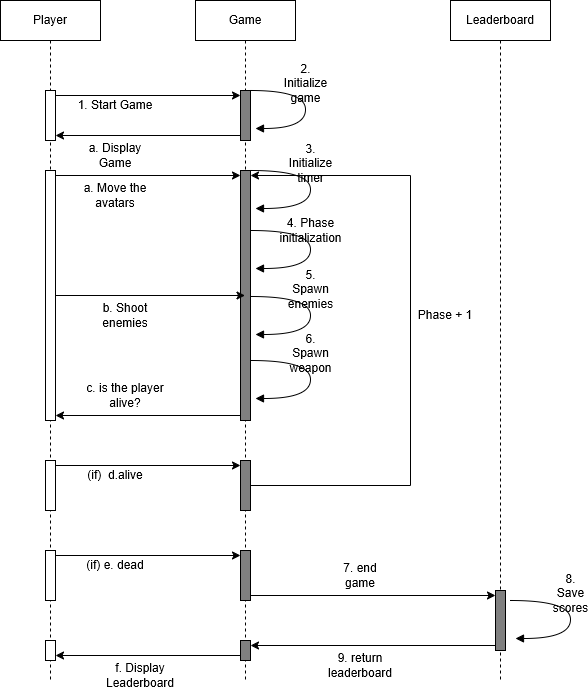
Earlier version of the draw.io export src/welcomePage/ressources/images/SequenceDiag.drawio.png (FlorentEpiney/SunCity). Source tidied: cells renumbered, new cells last; positions are measured from the earlier drawing's top-left corner, leaving out a move shared by most shapes. The source it was exported from:
```xml
<mxGraphModel>
  <root>
    <mxCell id="0" />
    <mxCell id="1" parent="0" />
    <mxCell id="2" value="Game" style="shape=umlLifeline;perimeter=lifelinePerimeter;whiteSpace=wrap;html=1;outlineConnect=0;portConstraint=eastwest;newEdgeStyle={&quot;edgeStyle&quot;:&quot;elbowEdgeStyle&quot;,&quot;elbow&quot;:&quot;vertical&quot;,&quot;curved&quot;:0,&quot;rounded&quot;:0};" parent="1" vertex="1">
      <mxGeometry x="195" width="100" height="680" as="geometry" />
    </mxCell>
    <mxCell id="3" style="html=1;points=[[0,0,0,0,5],[0,1,0,0,-5],[1,0,0,0,5],[1,1,0,0,-5]];perimeter=orthogonalPerimeter;outlineConnect=0;targetShapes=umlLifeline;portConstraint=eastwest;newEdgeStyle={&quot;curved&quot;:0,&quot;rounded&quot;:0};fillColor=#808080;" parent="2" vertex="1">
      <mxGeometry x="45" y="90" width="10" height="50" as="geometry" />
    </mxCell>
    <mxCell id="4" style="html=1;points=[[0,0,0,0,5],[0,1,0,0,-5],[1,0,0,0,5],[1,1,0,0,-5]];perimeter=orthogonalPerimeter;outlineConnect=0;targetShapes=umlLifeline;portConstraint=eastwest;newEdgeStyle={&quot;curved&quot;:0,&quot;rounded&quot;:0};fillColor=#808080;" parent="2" vertex="1">
      <mxGeometry x="45" y="170" width="10" height="250" as="geometry" />
    </mxCell>
    <mxCell id="5" style="html=1;points=[[0,0,0,0,5],[0,1,0,0,-5],[1,0,0,0,5],[1,1,0,0,-5]];perimeter=orthogonalPerimeter;outlineConnect=0;targetShapes=umlLifeline;portConstraint=eastwest;newEdgeStyle={&quot;curved&quot;:0,&quot;rounded&quot;:0};fillColor=#808080;" parent="2" vertex="1">
      <mxGeometry x="45" y="460" width="10" height="50" as="geometry" />
    </mxCell>
    <mxCell id="6" style="edgeStyle=orthogonalEdgeStyle;rounded=0;jettySize=auto;html=1;curved=0;entryX=1;entryY=0;entryDx=0;entryDy=5;entryPerimeter=0;" parent="2" edge="1" source="5" target="4">
      <mxGeometry relative="1" as="geometry">
        <Array as="points">
          <mxPoint x="215" y="485" />
          <mxPoint x="215" y="175" />
        </Array>
      </mxGeometry>
    </mxCell>
    <mxCell id="7" style="html=1;points=[[0,0,0,0,5],[0,1,0,0,-5],[1,0,0,0,5],[1,1,0,0,-5]];perimeter=orthogonalPerimeter;outlineConnect=0;targetShapes=umlLifeline;portConstraint=eastwest;newEdgeStyle={&quot;curved&quot;:0,&quot;rounded&quot;:0};fillColor=#808080;" parent="2" vertex="1">
      <mxGeometry x="45" y="550" width="10" height="50" as="geometry" />
    </mxCell>
    <mxCell id="8" style="html=1;points=[[0,0,0,0,5],[0,1,0,0,-5],[1,0,0,0,5],[1,1,0,0,-5]];perimeter=orthogonalPerimeter;outlineConnect=0;targetShapes=umlLifeline;portConstraint=eastwest;newEdgeStyle={&quot;curved&quot;:0,&quot;rounded&quot;:0};fillColor=#808080;" parent="2" vertex="1">
      <mxGeometry x="45" y="640" width="10" height="20" as="geometry" />
    </mxCell>
    <mxCell id="9" value="Player" style="shape=umlLifeline;perimeter=lifelinePerimeter;whiteSpace=wrap;html=1;newEdgeStyle={&quot;edgeStyle&quot;:&quot;elbowEdgeStyle&quot;,&quot;elbow&quot;:&quot;vertical&quot;,&quot;curved&quot;:0,&quot;rounded&quot;:0};" parent="1" vertex="1">
      <mxGeometry width="100" height="680" as="geometry" />
    </mxCell>
    <mxCell id="10" style="html=1;points=[[0,0,0,0,5],[0,1,0,0,-5],[1,0,0,0,5],[1,1,0,0,-5]];perimeter=orthogonalPerimeter;outlineConnect=0;targetShapes=umlLifeline;portConstraint=eastwest;newEdgeStyle={&quot;curved&quot;:0,&quot;rounded&quot;:0};" parent="9" vertex="1">
      <mxGeometry x="45" y="90" width="10" height="50" as="geometry" />
    </mxCell>
    <mxCell id="11" style="html=1;points=[[0,0,0,0,5],[0,1,0,0,-5],[1,0,0,0,5],[1,1,0,0,-5]];perimeter=orthogonalPerimeter;outlineConnect=0;targetShapes=umlLifeline;portConstraint=eastwest;newEdgeStyle={&quot;curved&quot;:0,&quot;rounded&quot;:0};" parent="9" vertex="1">
      <mxGeometry x="45" y="170" width="10" height="250" as="geometry" />
    </mxCell>
    <mxCell id="12" style="html=1;points=[[0,0,0,0,5],[0,1,0,0,-5],[1,0,0,0,5],[1,1,0,0,-5]];perimeter=orthogonalPerimeter;outlineConnect=0;targetShapes=umlLifeline;portConstraint=eastwest;newEdgeStyle={&quot;curved&quot;:0,&quot;rounded&quot;:0};" parent="9" vertex="1">
      <mxGeometry x="45" y="460" width="10" height="50" as="geometry" />
    </mxCell>
    <mxCell id="13" style="html=1;points=[[0,0,0,0,5],[0,1,0,0,-5],[1,0,0,0,5],[1,1,0,0,-5]];perimeter=orthogonalPerimeter;outlineConnect=0;targetShapes=umlLifeline;portConstraint=eastwest;newEdgeStyle={&quot;curved&quot;:0,&quot;rounded&quot;:0};" parent="9" vertex="1">
      <mxGeometry x="45" y="550" width="10" height="50" as="geometry" />
    </mxCell>
    <mxCell id="14" style="html=1;points=[[0,0,0,0,5],[0,1,0,0,-5],[1,0,0,0,5],[1,1,0,0,-5]];perimeter=orthogonalPerimeter;outlineConnect=0;targetShapes=umlLifeline;portConstraint=eastwest;newEdgeStyle={&quot;curved&quot;:0,&quot;rounded&quot;:0};" parent="9" vertex="1">
      <mxGeometry x="45" y="640" width="10" height="20" as="geometry" />
    </mxCell>
    <mxCell id="15" value="Leaderboard" style="shape=umlLifeline;perimeter=lifelinePerimeter;whiteSpace=wrap;html=1;newEdgeStyle={&quot;edgeStyle&quot;:&quot;elbowEdgeStyle&quot;,&quot;elbow&quot;:&quot;vertical&quot;,&quot;curved&quot;:0,&quot;rounded&quot;:0};" parent="1" vertex="1">
      <mxGeometry x="450" width="100" height="680" as="geometry" />
    </mxCell>
    <mxCell id="16" style="html=1;points=[[0,0,0,0,5],[0,1,0,0,-5],[1,0,0,0,5],[1,1,0,0,-5]];perimeter=orthogonalPerimeter;outlineConnect=0;targetShapes=umlLifeline;portConstraint=eastwest;newEdgeStyle={&quot;curved&quot;:0,&quot;rounded&quot;:0};fillColor=#808080;" parent="15" vertex="1">
      <mxGeometry x="45" y="590" width="10" height="60" as="geometry" />
    </mxCell>
    <mxCell id="17" style="edgeStyle=orthogonalEdgeStyle;rounded=0;jettySize=auto;html=1;curved=0;exitX=1;exitY=0;exitDx=0;exitDy=5;exitPerimeter=0;entryX=0;entryY=0;entryDx=0;entryDy=5;entryPerimeter=0;" parent="1" edge="1" source="10" target="3">
      <mxGeometry relative="1" as="geometry" />
    </mxCell>
    <mxCell id="18" value="1. Start Game" style="text;html=1;align=center;verticalAlign=middle;whiteSpace=wrap;rounded=0;" parent="1" vertex="1">
      <mxGeometry x="70" y="90" width="90" height="30" as="geometry" />
    </mxCell>
    <mxCell id="19" value="&lt;span style=&quot;font-family: Helvetica; text-wrap-mode: wrap;&quot;&gt;2. Initialize game&lt;/span&gt;" style="html=1;verticalAlign=bottom;endArrow=block;labelBackgroundColor=none;fontFamily=Verdana;fontSize=12;elbow=vertical;edgeStyle=orthogonalEdgeStyle;curved=1;entryX=1;entryY=0.286;entryPerimeter=0;exitX=1.038;exitY=0.345;exitPerimeter=0;" parent="1" edge="1">
      <mxGeometry x="0.01" relative="1" as="geometry">
        <mxPoint x="250" y="90" as="sourcePoint" />
        <mxPoint x="255" y="128" as="targetPoint" />
        <Array as="points">
          <mxPoint x="305" y="90" />
          <mxPoint x="305" y="128" />
        </Array>
      </mxGeometry>
    </mxCell>
    <mxCell id="20" value="&lt;span style=&quot;font-family: Helvetica; text-wrap-mode: wrap;&quot;&gt;3. Initialize timer&lt;/span&gt;" style="html=1;verticalAlign=bottom;endArrow=block;labelBackgroundColor=none;fontFamily=Verdana;fontSize=12;elbow=vertical;edgeStyle=orthogonalEdgeStyle;curved=1;entryX=1;entryY=0.286;entryPerimeter=0;exitX=1.038;exitY=0.345;exitPerimeter=0;" parent="1" edge="1">
      <mxGeometry x="0.01" relative="1" as="geometry">
        <mxPoint x="250" y="170" as="sourcePoint" />
        <mxPoint x="255" y="208" as="targetPoint" />
        <Array as="points">
          <mxPoint x="310" y="170" />
          <mxPoint x="310" y="208" />
        </Array>
      </mxGeometry>
    </mxCell>
    <mxCell id="21" value="&lt;span style=&quot;font-family: Helvetica; text-wrap-mode: wrap;&quot;&gt;4. Phase initialization&lt;/span&gt;" style="html=1;verticalAlign=bottom;endArrow=block;labelBackgroundColor=none;fontFamily=Verdana;fontSize=12;elbow=vertical;edgeStyle=orthogonalEdgeStyle;curved=1;entryX=1;entryY=0.286;entryPerimeter=0;exitX=1.038;exitY=0.345;exitPerimeter=0;" parent="1" edge="1">
      <mxGeometry x="0.01" relative="1" as="geometry">
        <mxPoint x="250" y="230" as="sourcePoint" />
        <mxPoint x="255" y="268" as="targetPoint" />
        <Array as="points">
          <mxPoint x="310" y="230" />
          <mxPoint x="310" y="268" />
        </Array>
      </mxGeometry>
    </mxCell>
    <mxCell id="22" value="&lt;span style=&quot;font-family: Helvetica; text-wrap-mode: wrap;&quot;&gt;5. Spawn enemies&lt;/span&gt;" style="html=1;verticalAlign=bottom;endArrow=block;labelBackgroundColor=none;fontFamily=Verdana;fontSize=12;elbow=vertical;edgeStyle=orthogonalEdgeStyle;curved=1;entryX=1;entryY=0.286;entryPerimeter=0;exitX=1.038;exitY=0.345;exitPerimeter=0;" parent="1" edge="1">
      <mxGeometry x="0.01" relative="1" as="geometry">
        <mxPoint x="250" y="296" as="sourcePoint" />
        <mxPoint x="255" y="334" as="targetPoint" />
        <Array as="points">
          <mxPoint x="310" y="296" />
          <mxPoint x="310" y="334" />
        </Array>
      </mxGeometry>
    </mxCell>
    <mxCell id="23" value="&lt;span style=&quot;font-family: Helvetica; text-wrap-mode: wrap;&quot;&gt;6. Spawn weapon&lt;/span&gt;" style="html=1;verticalAlign=bottom;endArrow=block;labelBackgroundColor=none;fontFamily=Verdana;fontSize=12;elbow=vertical;edgeStyle=orthogonalEdgeStyle;curved=1;entryX=1;entryY=0.286;entryPerimeter=0;exitX=1.038;exitY=0.345;exitPerimeter=0;" parent="1" edge="1">
      <mxGeometry x="0.01" relative="1" as="geometry">
        <mxPoint x="250" y="360" as="sourcePoint" />
        <mxPoint x="255" y="398" as="targetPoint" />
        <Array as="points">
          <mxPoint x="310" y="360" />
          <mxPoint x="310" y="398" />
        </Array>
      </mxGeometry>
    </mxCell>
    <mxCell id="24" style="edgeStyle=orthogonalEdgeStyle;rounded=0;jettySize=auto;html=1;curved=0;exitX=1;exitY=0;exitDx=0;exitDy=5;exitPerimeter=0;entryX=0;entryY=0;entryDx=0;entryDy=5;entryPerimeter=0;" parent="1" edge="1" source="11" target="4">
      <mxGeometry relative="1" as="geometry" />
    </mxCell>
    <mxCell id="25" value="a. Move the avatars" style="text;html=1;align=center;verticalAlign=middle;whiteSpace=wrap;rounded=0;" parent="1" vertex="1">
      <mxGeometry x="70" y="180" width="90" height="30" as="geometry" />
    </mxCell>
    <mxCell id="26" style="endArrow=classic;html=1;rounded=0;" parent="1" edge="1" source="11" target="2">
      <mxGeometry relative="1" as="geometry" />
    </mxCell>
    <mxCell id="27" value="b. Shoot enemies" style="text;html=1;align=center;verticalAlign=middle;whiteSpace=wrap;rounded=0;" parent="1" vertex="1">
      <mxGeometry x="80" y="300" width="90" height="30" as="geometry" />
    </mxCell>
    <mxCell id="28" style="edgeStyle=orthogonalEdgeStyle;rounded=0;jettySize=auto;html=1;curved=0;exitX=0;exitY=1;exitDx=0;exitDy=-5;exitPerimeter=0;entryX=1;entryY=1;entryDx=0;entryDy=-5;entryPerimeter=0;" parent="1" edge="1" source="4" target="11">
      <mxGeometry relative="1" as="geometry" />
    </mxCell>
    <mxCell id="29" value="c. is the player alive?" style="text;html=1;align=center;verticalAlign=middle;whiteSpace=wrap;rounded=0;" parent="1" vertex="1">
      <mxGeometry x="80" y="380" width="90" height="30" as="geometry" />
    </mxCell>
    <mxCell id="30" style="edgeStyle=orthogonalEdgeStyle;rounded=0;jettySize=auto;html=1;curved=0;exitX=1;exitY=0;exitDx=0;exitDy=5;exitPerimeter=0;entryX=0;entryY=0;entryDx=0;entryDy=5;entryPerimeter=0;" parent="1" edge="1" source="12" target="5">
      <mxGeometry relative="1" as="geometry" />
    </mxCell>
    <mxCell id="31" value="(if)&amp;nbsp; d.alive" style="text;html=1;align=center;verticalAlign=middle;whiteSpace=wrap;rounded=0;" parent="1" vertex="1">
      <mxGeometry x="70" y="460" width="90" height="30" as="geometry" />
    </mxCell>
    <mxCell id="32" value="Phase + 1" style="text;html=1;align=center;verticalAlign=middle;whiteSpace=wrap;rounded=0;" parent="1" vertex="1">
      <mxGeometry x="400" y="300" width="90" height="30" as="geometry" />
    </mxCell>
    <mxCell id="33" style="edgeStyle=orthogonalEdgeStyle;rounded=0;jettySize=auto;html=1;curved=0;exitX=1;exitY=0;exitDx=0;exitDy=5;exitPerimeter=0;entryX=0;entryY=0;entryDx=0;entryDy=5;entryPerimeter=0;" parent="1" edge="1" source="13" target="7">
      <mxGeometry relative="1" as="geometry" />
    </mxCell>
    <mxCell id="34" value="(if) e. dead" style="text;html=1;align=center;verticalAlign=middle;whiteSpace=wrap;rounded=0;" parent="1" vertex="1">
      <mxGeometry x="70" y="550" width="90" height="30" as="geometry" />
    </mxCell>
    <mxCell id="35" style="edgeStyle=orthogonalEdgeStyle;rounded=0;jettySize=auto;html=1;curved=0;exitX=1;exitY=1;exitDx=0;exitDy=-5;exitPerimeter=0;entryX=0;entryY=0;entryDx=0;entryDy=5;entryPerimeter=0;" parent="1" edge="1" source="7" target="16">
      <mxGeometry relative="1" as="geometry" />
    </mxCell>
    <mxCell id="36" style="edgeStyle=orthogonalEdgeStyle;rounded=0;jettySize=auto;html=1;curved=0;exitX=0;exitY=1;exitDx=0;exitDy=-5;exitPerimeter=0;entryX=1;entryY=0;entryDx=0;entryDy=5;entryPerimeter=0;" parent="1" edge="1" source="16" target="8">
      <mxGeometry relative="1" as="geometry" />
    </mxCell>
    <mxCell id="37" value="7. end game" style="text;html=1;align=center;verticalAlign=middle;whiteSpace=wrap;rounded=0;" parent="1" vertex="1">
      <mxGeometry x="330" y="560" width="60" height="30" as="geometry" />
    </mxCell>
    <mxCell id="38" value="&lt;span style=&quot;font-family: Helvetica; text-wrap-mode: wrap;&quot;&gt;8. Save scores&lt;/span&gt;" style="html=1;verticalAlign=bottom;endArrow=block;labelBackgroundColor=none;fontFamily=Verdana;fontSize=12;elbow=vertical;edgeStyle=orthogonalEdgeStyle;curved=1;entryX=1;entryY=0.286;entryPerimeter=0;exitX=1.038;exitY=0.345;exitPerimeter=0;" parent="1" edge="1">
      <mxGeometry x="0.01" relative="1" as="geometry">
        <mxPoint x="510" y="600" as="sourcePoint" />
        <mxPoint x="515" y="638" as="targetPoint" />
        <Array as="points">
          <mxPoint x="570" y="600" />
          <mxPoint x="570" y="638" />
        </Array>
      </mxGeometry>
    </mxCell>
    <mxCell id="39" value="9. return leaderboard" style="text;html=1;align=center;verticalAlign=middle;whiteSpace=wrap;rounded=0;" parent="1" vertex="1">
      <mxGeometry x="330" y="650" width="60" height="30" as="geometry" />
    </mxCell>
    <mxCell id="40" style="edgeStyle=orthogonalEdgeStyle;rounded=0;jettySize=auto;html=1;curved=0;exitX=0;exitY=1;exitDx=0;exitDy=-5;exitPerimeter=0;entryX=1;entryY=1;entryDx=0;entryDy=-5;entryPerimeter=0;" parent="1" edge="1" source="8" target="14">
      <mxGeometry relative="1" as="geometry" />
    </mxCell>
    <mxCell id="41" style="edgeStyle=orthogonalEdgeStyle;rounded=0;jettySize=auto;html=1;curved=0;exitX=0;exitY=1;exitDx=0;exitDy=-5;exitPerimeter=0;entryX=1;entryY=1;entryDx=0;entryDy=-5;entryPerimeter=0;" parent="1" edge="1" source="3" target="10">
      <mxGeometry relative="1" as="geometry" />
    </mxCell>
    <mxCell id="42" value="a. Display Game" style="text;html=1;align=center;verticalAlign=middle;whiteSpace=wrap;rounded=0;" parent="1" vertex="1">
      <mxGeometry x="70" y="140" width="90" height="30" as="geometry" />
    </mxCell>
    <mxCell id="43" value="f. Display Leaderboard" style="text;html=1;align=center;verticalAlign=middle;whiteSpace=wrap;rounded=0;" parent="1" vertex="1">
      <mxGeometry x="110" y="660" width="60" height="30" as="geometry" />
    </mxCell>
  </root>
</mxGraphModel>
```
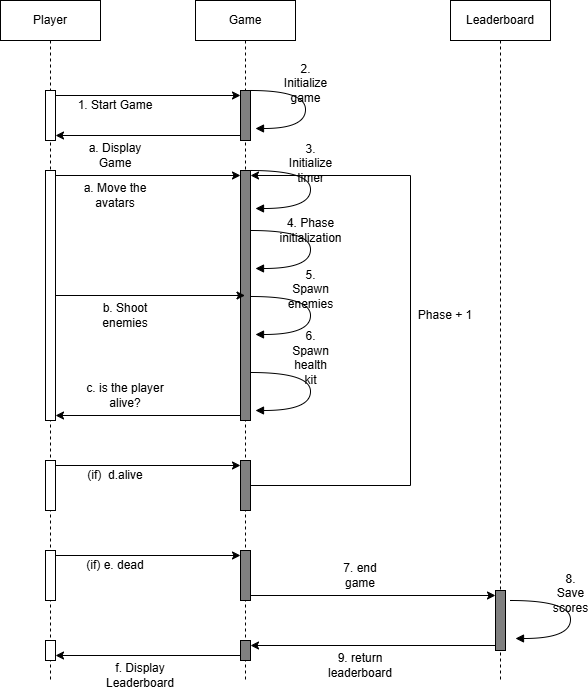
Later version of the same file.

Change to the diagram source:
```diff
@@ -98,13 +98,13 @@
         </Array>
       </mxGeometry>
     </mxCell>
-    <mxCell id="23" value="&lt;span style=&quot;font-family: Helvetica; text-wrap-mode: wrap;&quot;&gt;6. Spawn weapon&lt;/span&gt;" style="html=1;verticalAlign=bottom;endArrow=block;labelBackgroundColor=none;fontFamily=Verdana;fontSize=12;elbow=vertical;edgeStyle=orthogonalEdgeStyle;curved=1;entryX=1;entryY=0.286;entryPerimeter=0;exitX=1.038;exitY=0.345;exitPerimeter=0;" parent="1" edge="1">
+    <mxCell id="23" value="&lt;span style=&quot;font-family: Helvetica; text-wrap-mode: wrap;&quot;&gt;6. Spawn health kit&lt;/span&gt;" style="html=1;verticalAlign=bottom;endArrow=block;labelBackgroundColor=none;fontFamily=Verdana;fontSize=12;elbow=vertical;edgeStyle=orthogonalEdgeStyle;curved=1;entryX=1;entryY=0.286;entryPerimeter=0;exitX=1.038;exitY=0.345;exitPerimeter=0;" parent="1" edge="1">
       <mxGeometry x="0.01" relative="1" as="geometry">
-        <mxPoint x="250" y="360" as="sourcePoint" />
-        <mxPoint x="255" y="398" as="targetPoint" />
+        <mxPoint x="250" y="372" as="sourcePoint" />
+        <mxPoint x="255" y="410" as="targetPoint" />
         <Array as="points">
-          <mxPoint x="310" y="360" />
-          <mxPoint x="310" y="398" />
+          <mxPoint x="310" y="372" />
+          <mxPoint x="310" y="410" />
         </Array>
       </mxGeometry>
     </mxCell>
```
